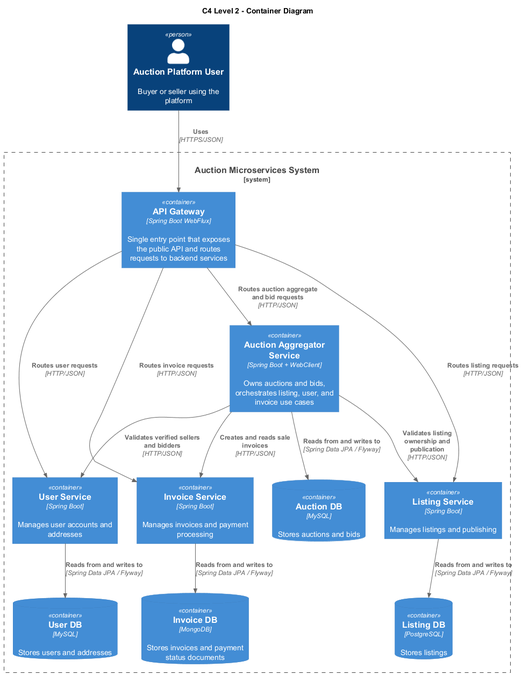
Earlier version of the PlantUML export diagrams/C4_Level2_container.png (Noah-tdf/AuctionMicroservice).
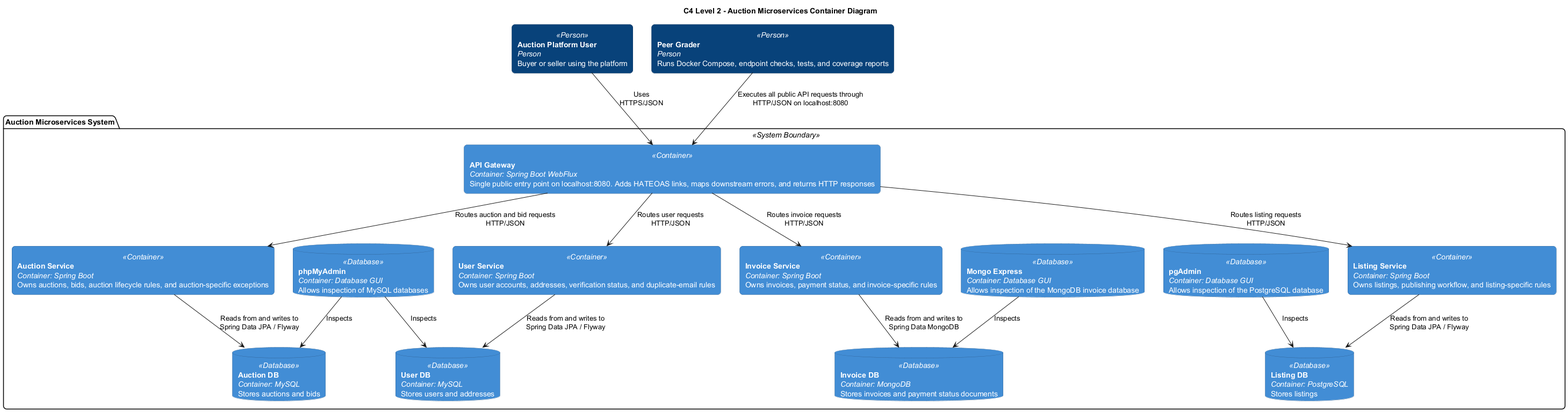
The same file after the commit.

Change to the diagram source:
```diff
@@ -1,40 +1,47 @@
 @startuml
-!include https://raw.githubusercontent.com/plantuml-stdlib/C4-PlantUML/master/C4_Container.puml
+!include C4_minimal.puml
 
 LAYOUT_TOP_DOWN()
 
-title C4 Level 2 - Container Diagram
+title C4 Level 2 - Auction Microservices Container Diagram
 
 Person(user, "Auction Platform User", "Buyer or seller using the platform")
+Person(peerGrader, "Peer Grader", "Runs Docker Compose, endpoint checks, tests, and coverage reports")
 
-System_Boundary(auctionSystem, "Auction Microservices System") {
-    Container(apiGateway, "API Gateway", "Spring Boot WebFlux", "Single entry point that exposes the public API and routes requests to backend services")
+package "Auction Microservices System" as auctionSystem <<System Boundary>> {
+    Container(apiGateway, "API Gateway", "Spring Boot WebFlux", "Single public entry point on localhost:8080. Adds HATEOAS links, maps downstream errors, and returns HTTP responses")
 
-    Container(auctionService, "Auction Aggregator Service", "Spring Boot + WebClient", "Owns auctions and bids, orchestrates listing, user, and invoice use cases")
-    Container(userService, "User Service", "Spring Boot", "Manages user accounts and addresses")
-    Container(listingService, "Listing Service", "Spring Boot", "Manages listings and publishing")
-    Container(invoiceService, "Invoice Service", "Spring Boot", "Manages invoices and payment processing")
+    Container(auctionService, "Auction Service", "Spring Boot", "Owns auctions, bids, auction lifecycle rules, and auction-specific exceptions")
+    Container(userService, "User Service", "Spring Boot", "Owns user accounts, addresses, verification status, and duplicate-email rules")
+    Container(listingService, "Listing Service", "Spring Boot", "Owns listings, publishing workflow, and listing-specific rules")
+    Container(invoiceService, "Invoice Service", "Spring Boot", "Owns invoices, payment status, and invoice-specific rules")
 
     ContainerDb(auctionDb, "Auction DB", "MySQL", "Stores auctions and bids")
     ContainerDb(userDb, "User DB", "MySQL", "Stores users and addresses")
     ContainerDb(listingDb, "Listing DB", "PostgreSQL", "Stores listings")
     ContainerDb(invoiceDb, "Invoice DB", "MongoDB", "Stores invoices and payment status documents")
+
+    ContainerDb(phpMyAdmin, "phpMyAdmin", "Database GUI", "Allows inspection of MySQL databases")
+    ContainerDb(pgAdmin, "pgAdmin", "Database GUI", "Allows inspection of the PostgreSQL database")
+    ContainerDb(mongoExpress, "Mongo Express", "Database GUI", "Allows inspection of the MongoDB invoice database")
 }
 
 Rel(user, apiGateway, "Uses", "HTTPS/JSON")
+Rel(peerGrader, apiGateway, "Executes all public API requests through", "HTTP/JSON on localhost:8080")
 
-Rel(apiGateway, auctionService, "Routes auction aggregate and bid requests", "HTTP/JSON")
+Rel(apiGateway, auctionService, "Routes auction and bid requests", "HTTP/JSON")
 Rel(apiGateway, userService, "Routes user requests", "HTTP/JSON")
 Rel(apiGateway, listingService, "Routes listing requests", "HTTP/JSON")
 Rel(apiGateway, invoiceService, "Routes invoice requests", "HTTP/JSON")
 
-Rel(auctionService, userService, "Validates verified sellers and bidders", "HTTP/JSON")
-Rel(auctionService, listingService, "Validates listing ownership and publication", "HTTP/JSON")
-Rel(auctionService, invoiceService, "Creates and reads sale invoices", "HTTP/JSON")
-
 Rel(auctionService, auctionDb, "Reads from and writes to", "Spring Data JPA / Flyway")
 Rel(userService, userDb, "Reads from and writes to", "Spring Data JPA / Flyway")
 Rel(listingService, listingDb, "Reads from and writes to", "Spring Data JPA / Flyway")
-Rel(invoiceService, invoiceDb, "Reads from and writes to", "Spring Data JPA / Flyway")
+Rel(invoiceService, invoiceDb, "Reads from and writes to", "Spring Data MongoDB")
+
+Rel(phpMyAdmin, auctionDb, "Inspects")
+Rel(phpMyAdmin, userDb, "Inspects")
+Rel(pgAdmin, listingDb, "Inspects")
+Rel(mongoExpress, invoiceDb, "Inspects")
 
 @enduml
```
